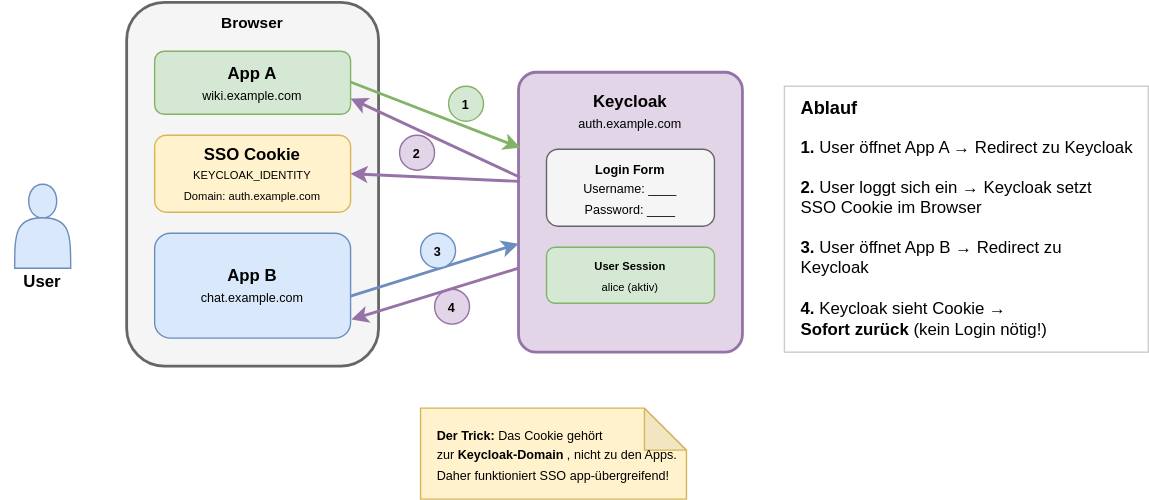
This is slides/06-sso-sessions-tokens/images/sso_flow.drawio.svg from it-erben/training-keycloak, a draw.io export, as it was before one commit. Source tidied: cells renumbered, new cells last; positions are measured from the earlier drawing's top-left corner, leaving out a move shared by most shapes.
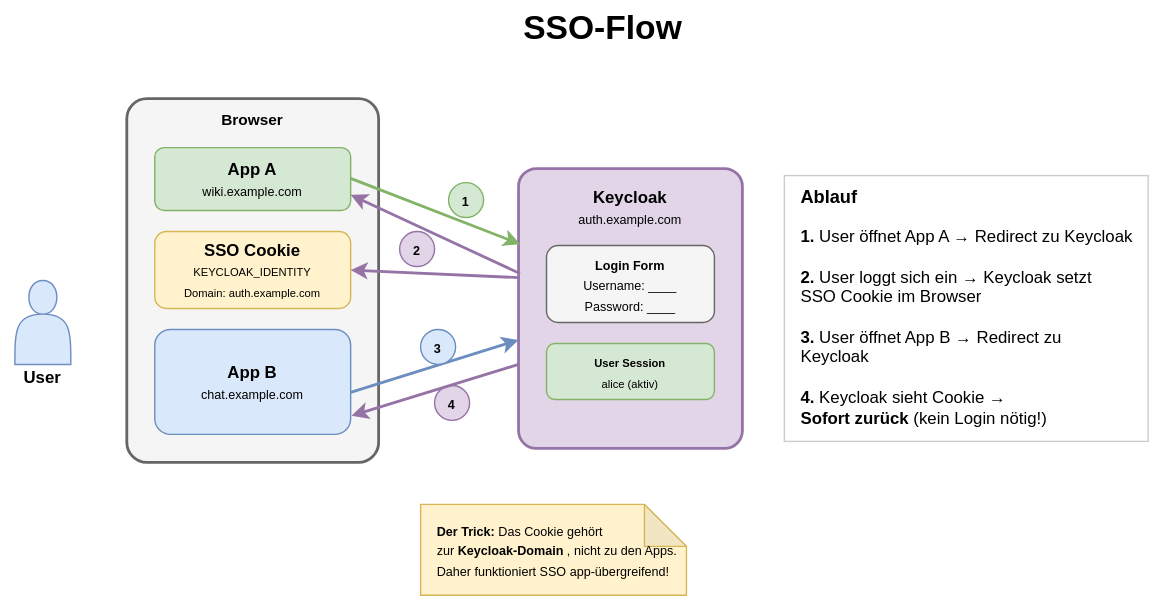
The same file after the commit.

What changed in the source:
```diff
@@ -8,7 +8,7 @@
     <mxCell id="3" value="&lt;b&gt;User&lt;/b&gt;" style="text;html=1;strokeColor=none;fillColor=none;align=center;verticalAlign=middle;whiteSpace=wrap;rounded=0;" parent="1" vertex="1">
       <mxGeometry y="190" width="60" height="20" as="geometry" />
     </mxCell>
-    <mxCell id="4" style="rounded=1;whiteSpace=wrap;html=1;fillColor=#f5f5f5;strokeColor=#666666;strokeWidth=2;" parent="1" vertex="1">
+    <mxCell id="4" style="rounded=1;whiteSpace=wrap;html=1;fillColor=#f5f5f5;strokeColor=#666666;strokeWidth=2;arcSize=8;" parent="1" vertex="1">
       <mxGeometry x="90" width="180" height="260" as="geometry" />
     </mxCell>
     <mxCell id="5" value="&lt;b&gt;Browser&lt;/b&gt;" style="text;html=1;strokeColor=none;fillColor=none;align=center;verticalAlign=middle;whiteSpace=wrap;rounded=0;fontSize=11;" parent="1" vertex="1">
@@ -62,13 +62,13 @@
       <mxGeometry x="300" y="165" width="25" height="25" as="geometry" />
     </mxCell>
     <mxCell id="20" style="rounded=0;whiteSpace=wrap;html=1;fillColor=#ffffff;strokeColor=#CCCCCC;strokeWidth=1;" parent="1" vertex="1">
-      <mxGeometry x="560" y="60" width="260" height="190" as="geometry" />
+      <mxGeometry x="560" y="55" width="260" height="190" as="geometry" />
     </mxCell>
     <mxCell id="21" value="&lt;b&gt;Ablauf&lt;/b&gt;" style="text;html=1;strokeColor=none;fillColor=none;align=left;verticalAlign=middle;whiteSpace=wrap;rounded=0;fontSize=13;" parent="1" vertex="1">
-      <mxGeometry x="570" y="65" width="60" height="20" as="geometry" />
+      <mxGeometry x="570" y="60" width="60" height="20" as="geometry" />
     </mxCell>
     <mxCell id="22" value="&lt;font&gt;&lt;b&gt;1.&lt;/b&gt; User öffnet App A → Redirect zu Keycloak&lt;br&gt;&lt;br&gt;&lt;b&gt;2.&lt;/b&gt; User loggt sich ein → Keycloak setzt&lt;br&gt;     SSO Cookie im Browser&lt;br&gt;&lt;br&gt;&lt;b&gt;3.&lt;/b&gt; User öffnet App B → Redirect zu Keycloak&lt;br&gt;&lt;br&gt;&lt;b&gt;4.&lt;/b&gt; Keycloak sieht Cookie →&lt;br&gt;     &lt;b&gt;Sofort zurück&lt;/b&gt; (kein Login nötig!)&lt;/font&gt;" style="text;html=1;strokeColor=none;fillColor=none;align=left;verticalAlign=top;whiteSpace=wrap;rounded=0;fontSize=12;" parent="1" vertex="1">
-      <mxGeometry x="570" y="90" width="240" height="140" as="geometry" />
+      <mxGeometry x="570" y="85" width="240" height="140" as="geometry" />
     </mxCell>
     <mxCell id="23" value="&lt;b style=&quot;font-size: 9px;&quot;&gt;Der Trick:&lt;/b&gt;&lt;span style=&quot;font-size: 9px;&quot;&gt;&amp;nbsp;Das Cookie gehört &lt;br&gt;zur&amp;nbsp;&lt;/span&gt;&lt;b style=&quot;font-size: 9px;&quot;&gt;Keycloak-Domain&lt;/b&gt;&lt;span style=&quot;font-size: 9px;&quot;&gt;,&amp;nbsp;&lt;/span&gt;&lt;span style=&quot;font-size: 9px;&quot;&gt;nicht zu den Apps. &lt;br&gt;Daher funktioniert SSO app-übergreifend!&lt;/span&gt;" style="shape=note;whiteSpace=wrap;html=1;backgroundOutline=1;darkOpacity=0.05;fillColor=#fff2cc;strokeColor=#d6b656;align=left;spacingTop=0;spacingLeft=10;" parent="1" vertex="1">
       <mxGeometry x="300" y="290" width="190" height="65" as="geometry" />
@@ -84,5 +84,8 @@
         <mxPoint x="371" y="125" as="sourcePoint" />
       </mxGeometry>
     </mxCell>
+    <mxCell id="26" value="SSO-Flow" style="text;strokeColor=none;fillColor=none;html=1;fontSize=24;fontStyle=1;verticalAlign=middle;align=center;" parent="1" vertex="1">
+      <mxGeometry x="380" y="-70" width="100" height="40" as="geometry" />
+    </mxCell>
   </root>
 </mxGraphModel>
```
